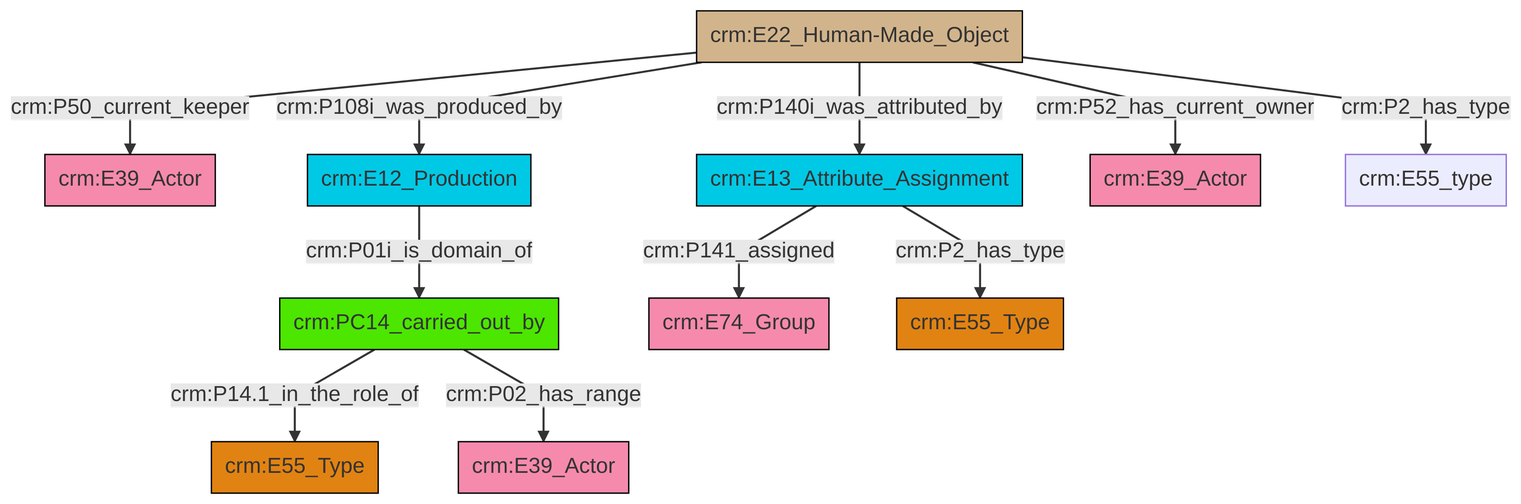
This is et/artworkCSV/ttl/mmd/png/Artwork_Actor_Relations.png from ncarboni/srdm, a Mermaid export, as it was before one commit. Its source is kept beside it as et/artworkCSV/ttl/mmd/Artwork_Actor_Relations.ttl.mmd.
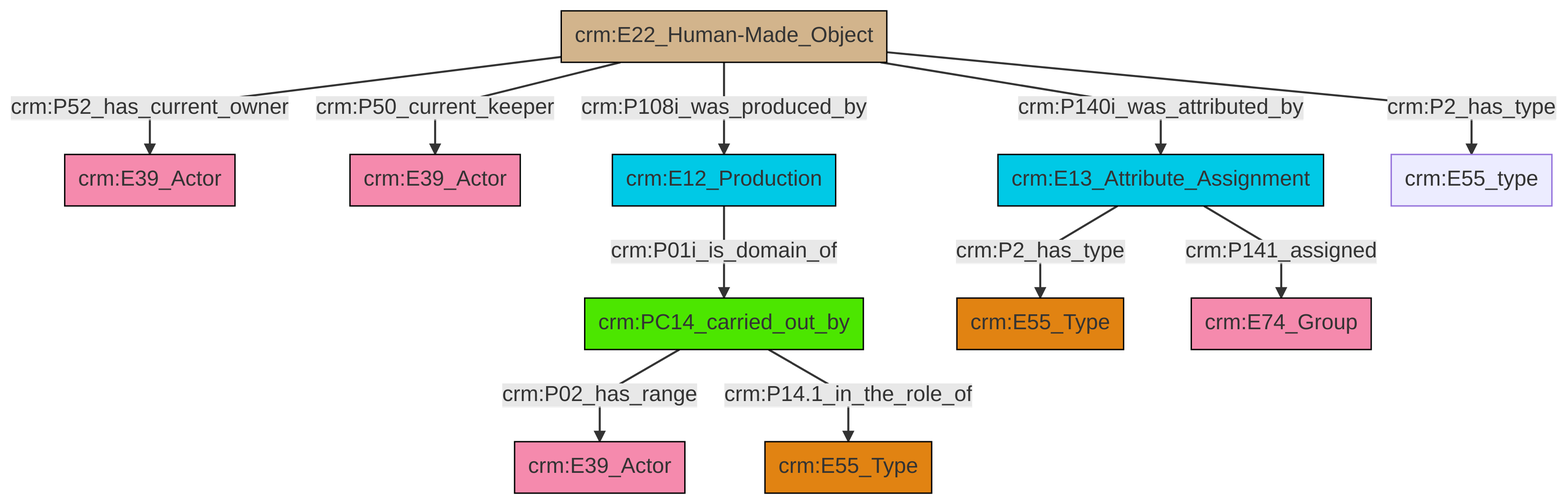
Later version of the same file.

Diff of the diagram source:
```diff
@@ -13,13 +13,13 @@
 classDef PC_Classes fill:#4ce600, stroke:#000000;
 classDef Multi fill:#cccccc,stroke:#000000;
 
-4["crm:E22_Human-Made_Object"]:::Physical_Thing -->|crm:P50_current_keeper| 5["crm:E39_Actor"]:::Actor
-4["crm:E22_Human-Made_Object"]:::Physical_Thing -->|crm:P108i_was_produced_by| 6["crm:E12_Production"]:::Temporal_Entity
-4["crm:E22_Human-Made_Object"]:::Physical_Thing -->|crm:P140i_was_attributed_by| 13["crm:E13_Attribute_Assignment"]:::Temporal_Entity
-4["crm:E22_Human-Made_Object"]:::Physical_Thing -->|crm:P52_has_current_owner| 17["crm:E39_Actor"]:::Actor
-13["crm:E13_Attribute_Assignment"]:::Temporal_Entity -->|crm:P141_assigned| 21["crm:E74_Group"]:::Actor
-6["crm:E12_Production"]:::Temporal_Entity -->|crm:P01i_is_domain_of| 9["crm:PC14_carried_out_by"]:::PC_Classes
-4["crm:E22_Human-Made_Object"]:::Physical_Thing -->|crm:P2_has_type| 14["crm:E55_type"]:::Default
-9["crm:PC14_carried_out_by"]:::PC_Classes -->|crm:P14.1_in_the_role_of| 2["crm:E55_Type"]:::Type
-9["crm:PC14_carried_out_by"]:::PC_Classes -->|crm:P02_has_range| 11["crm:E39_Actor"]:::Actor
-13["crm:E13_Attribute_Assignment"]:::Temporal_Entity -->|crm:P2_has_type| 0["crm:E55_Type"]:::Type
+6["crm:E13_Attribute_Assignment"]:::Temporal_Entity -->|crm:P2_has_type| 7["crm:E55_Type"]:::Type
+0["crm:E22_Human-Made_Object"]:::Physical_Thing -->|crm:P52_has_current_owner| 8["crm:E39_Actor"]:::Actor
+9["crm:PC14_carried_out_by"]:::PC_Classes -->|crm:P02_has_range| 10["crm:E39_Actor"]:::Actor
+0["crm:E22_Human-Made_Object"]:::Physical_Thing -->|crm:P50_current_keeper| 2["crm:E39_Actor"]:::Actor
+0["crm:E22_Human-Made_Object"]:::Physical_Thing -->|crm:P108i_was_produced_by| 4["crm:E12_Production"]:::Temporal_Entity
+4["crm:E12_Production"]:::Temporal_Entity -->|crm:P01i_is_domain_of| 9["crm:PC14_carried_out_by"]:::PC_Classes
+0["crm:E22_Human-Made_Object"]:::Physical_Thing -->|crm:P140i_was_attributed_by| 6["crm:E13_Attribute_Assignment"]:::Temporal_Entity
+0["crm:E22_Human-Made_Object"]:::Physical_Thing -->|crm:P2_has_type| 13["crm:E55_type"]:::Default
+9["crm:PC14_carried_out_by"]:::PC_Classes -->|crm:P14.1_in_the_role_of| 19["crm:E55_Type"]:::Type
+6["crm:E13_Attribute_Assignment"]:::Temporal_Entity -->|crm:P141_assigned| 21["crm:E74_Group"]:::Actor
```
